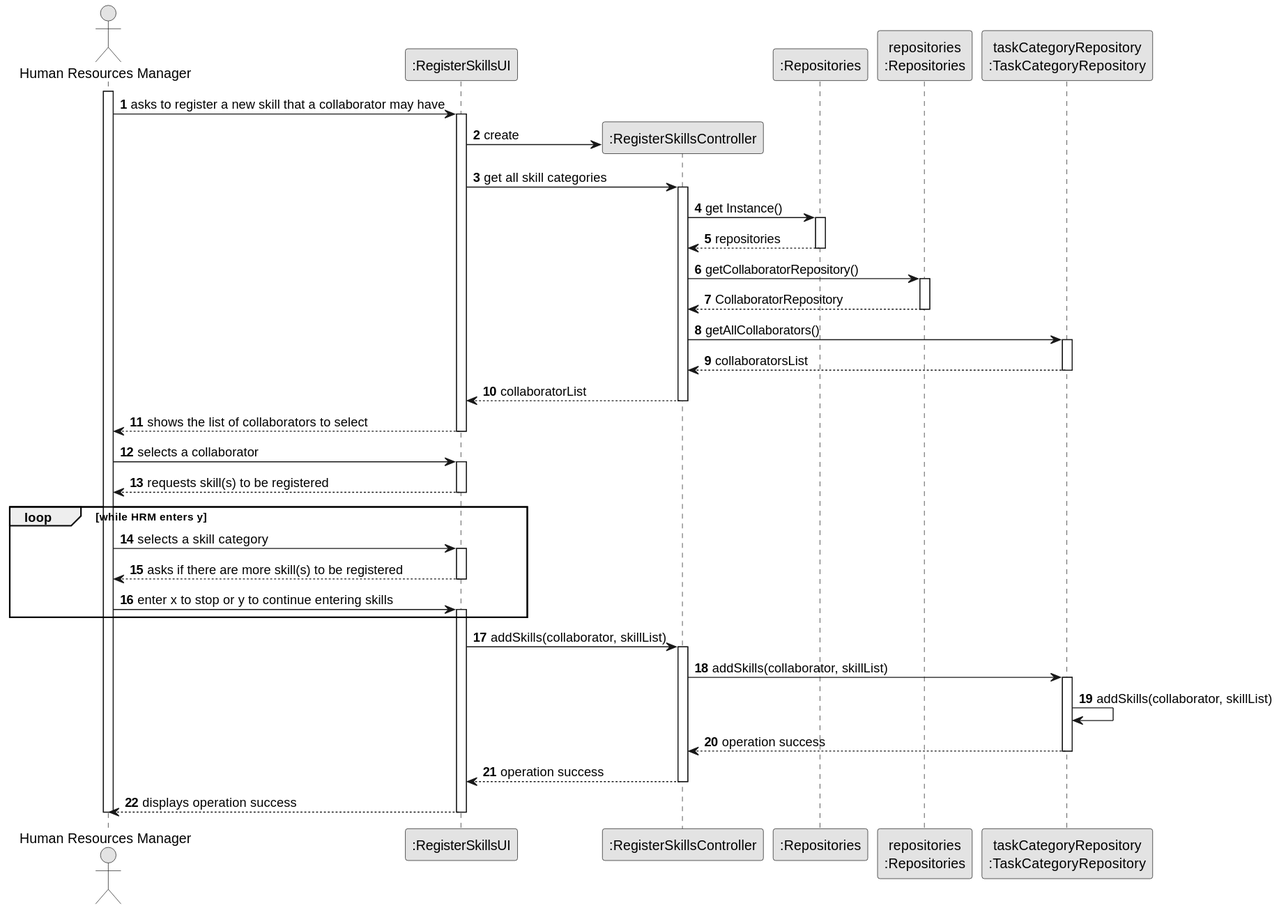
The PlantUML diagram docs/sprintC/us001/03.design/svg/us001-sequence-diagram-full.svg in RicardoMorim/lapr2-ISEP-Project, before a commit. Its diagram source:
```plantuml
@startuml
skinparam monochrome true
skinparam packageStyle rectangle
skinparam shadowing false

autonumber

actor "Human Resources Manager" as HRM
participant ":RegisterSkillsUI" as RSUI
participant ":RegisterSkillsController" as RSC
participant ":Repositories" as R
participant "repositories\n:Repositories" as RR
participant "taskCategoryRepository\n:TaskCategoryRepository" as TCR

activate HRM
HRM -> RSUI: asks to register a new skill that a collaborator may have
activate RSUI
    RSUI -> RSC**: create
    RSUI -> RSC: get all skill categories
    activate RSC
        RSC -> R: get Instance()
        activate R
        RSC <-- R: repositories
        deactivate R
        RSC -> RR: getCollaboratorRepository()
        activate RR
        RSC <-- RR: CollaboratorRepository
        deactivate RR
        RSC -> TCR: getAllCollaborators()
        activate TCR
        RSC <-- TCR: collaboratorsList
        deactivate TCR
    RSUI <-- RSC: collaboratorList
    deactivate RSC
HRM <-- RSUI : shows the list of collaborators to select
deactivate RSUI
HRM -> RSUI: selects a collaborator
activate RSUI
RSUI --> HRM: requests skill(s) to be registered

loop while HRM enters y
deactivate RSUI
HRM -> RSUI: selects a skill category
activate RSUI
HRM <-- RSUI: asks if there are more skill(s) to be registered
deactivate RSUI
HRM -> RSUI: enter x to stop or y to continue entering skills
activate RSUI
end
    RSUI -> RSC: addSkills(collaborator, skillList)
    activate RSC
        RSC -> TCR  : addSkills(collaborator, skillList)
        activate TCR
            TCR -> TCR  : addSkills(collaborator, skillList)
            RSC <-- TCR : operation success
        deactivate TCR
        RSUI <-- RSC: operation success
    deactivate RSC
HRM <-- RSUI: displays operation success
deactivate RSUI
deactivate HRM
@enduml
```
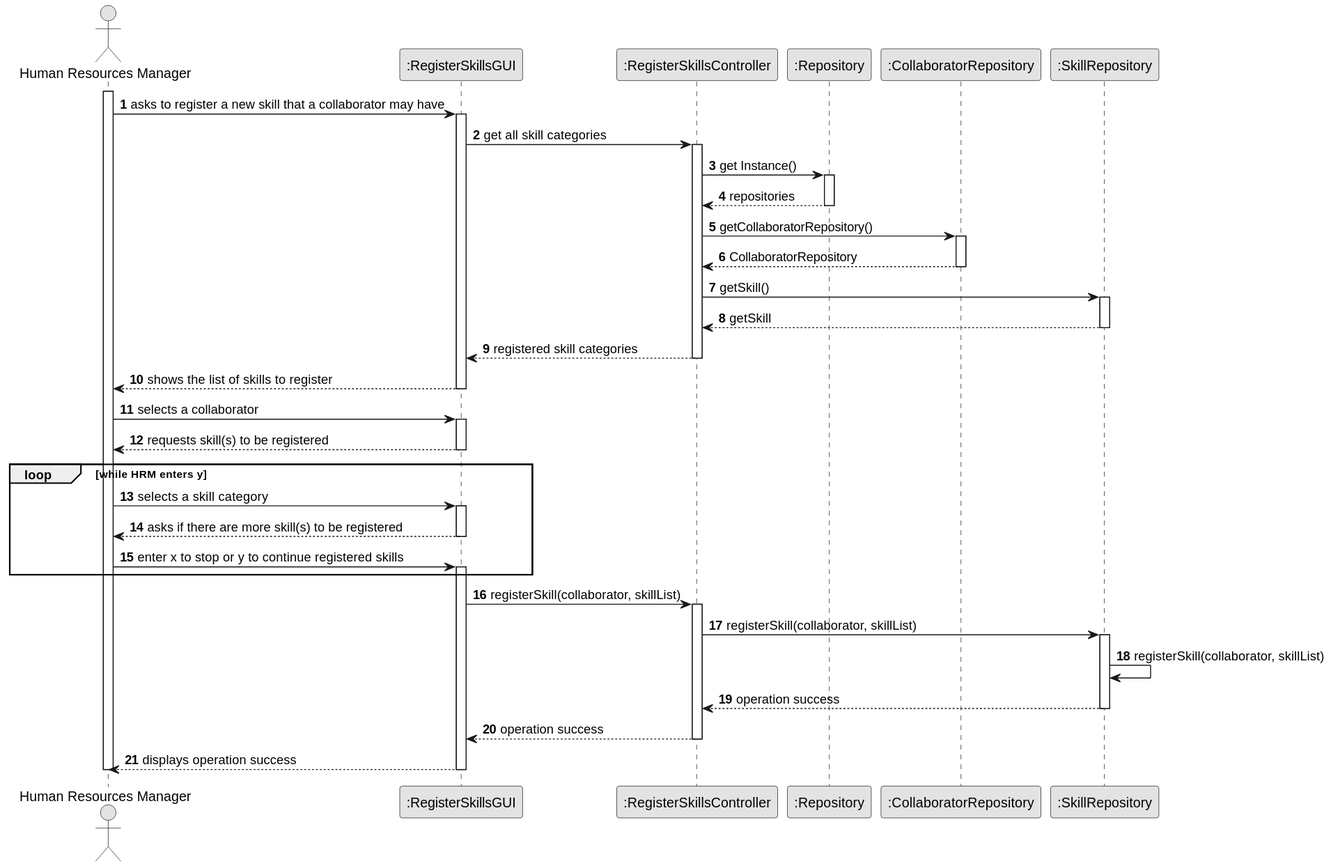
The same diagram one commit later.

What changed in the source:
```diff
@@ -6,16 +6,15 @@
 autonumber
 
 actor "Human Resources Manager" as HRM
-participant ":RegisterSkillsUI" as RSUI
+participant ":RegisterSkillsGUI" as RSUI
 participant ":RegisterSkillsController" as RSC
-participant ":Repositories" as R
-participant "repositories\n:Repositories" as RR
-participant "taskCategoryRepository\n:TaskCategoryRepository" as TCR
+participant ":Repository" as R
+participant ":CollaboratorRepository" as RR
+participant ":SkillRepository" as TCR
 
 activate HRM
 HRM -> RSUI: asks to register a new skill that a collaborator may have
 activate RSUI
-    RSUI -> RSC**: create
     RSUI -> RSC: get all skill categories
     activate RSC
         RSC -> R: get Instance()
@@ -26,13 +25,13 @@
         activate RR
         RSC <-- RR: CollaboratorRepository
         deactivate RR
-        RSC -> TCR: getAllCollaborators()
+        RSC -> TCR: getSkill()
         activate TCR
-        RSC <-- TCR: collaboratorsList
+        RSC <-- TCR: getSkill
         deactivate TCR
-    RSUI <-- RSC: collaboratorList
+    RSUI <-- RSC: registered skill categories
     deactivate RSC
-HRM <-- RSUI : shows the list of collaborators to select
+HRM <-- RSUI : shows the list of skills to register
 deactivate RSUI
 HRM -> RSUI: selects a collaborator
 activate RSUI
@@ -44,14 +43,14 @@
 activate RSUI
 HRM <-- RSUI: asks if there are more skill(s) to be registered
 deactivate RSUI
-HRM -> RSUI: enter x to stop or y to continue entering skills
+HRM -> RSUI: enter x to stop or y to continue registered skills
 activate RSUI
 end
-    RSUI -> RSC: addSkills(collaborator, skillList)
+    RSUI -> RSC: registerSkill(collaborator, skillList)
     activate RSC
-        RSC -> TCR  : addSkills(collaborator, skillList)
+        RSC -> TCR  : registerSkill(collaborator, skillList)
         activate TCR
-            TCR -> TCR  : addSkills(collaborator, skillList)
+            TCR -> TCR  : registerSkill(collaborator, skillList)
             RSC <-- TCR : operation success
         deactivate TCR
         RSUI <-- RSC: operation success
```
